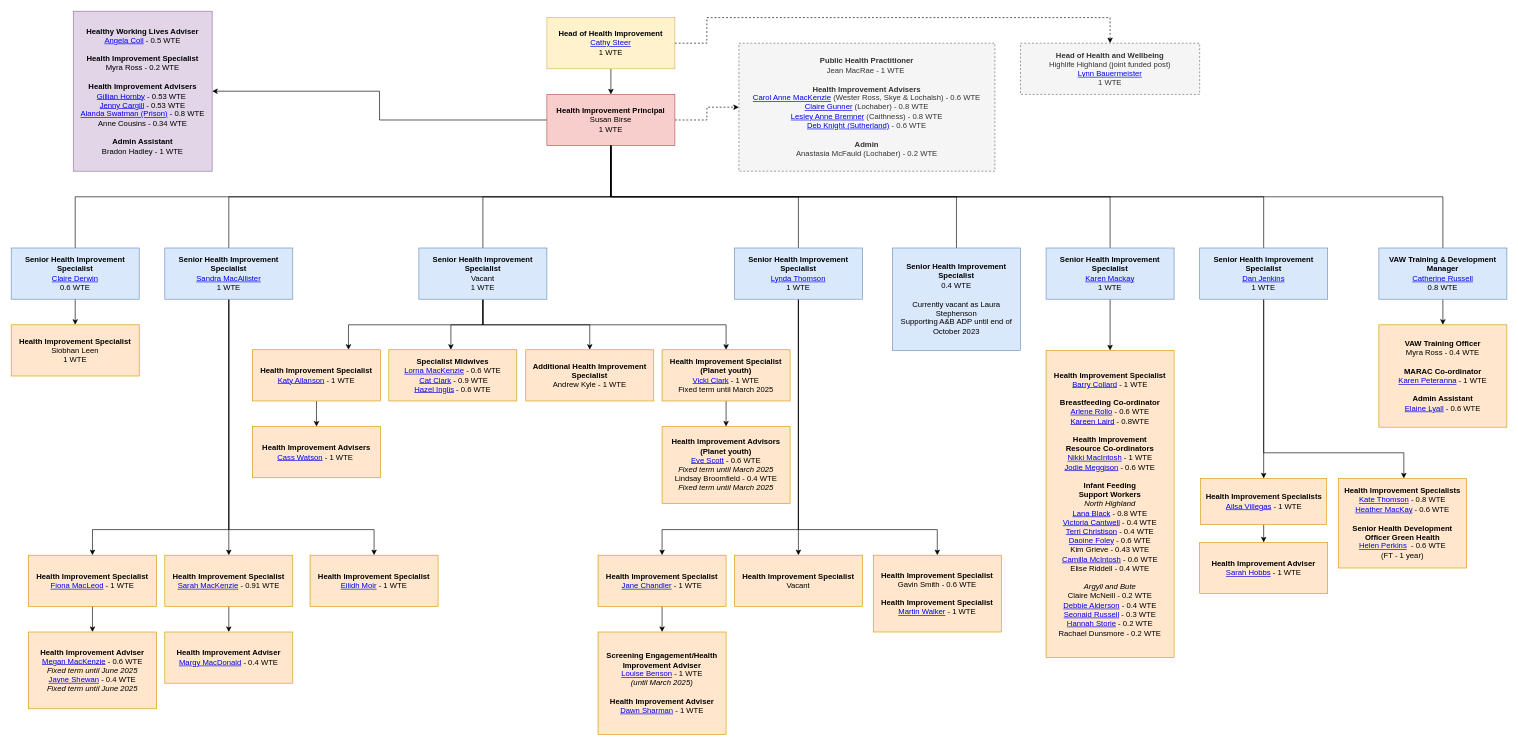
Before: Untitled Diagram.drawio in barrycollard/staffOrgChart, a draw.io diagram. Source tidied: cells renumbered, new cells numbered last; positions are measured from the earlier drawing's top-left corner, leaving out a move shared by most shapes. Both pictures are drawn from the tidied source at 64%, with x=0, y=0 at pixel (11, 11).
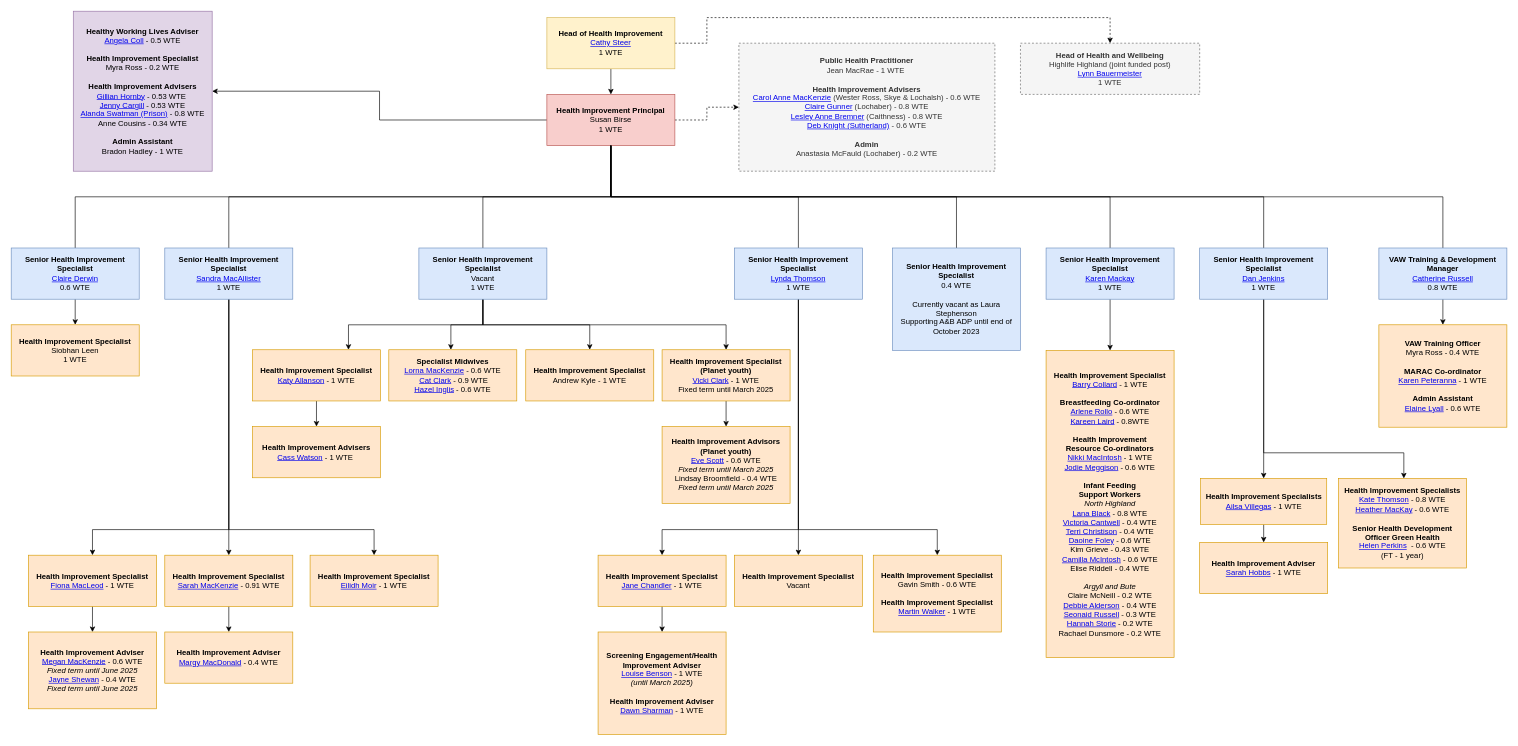
Above is the later version.

The edit, as a diff of the source:
```diff
@@
-    <mxCell id="68" value="&lt;div&gt;&lt;span style=&quot;background-color: initial;&quot;&gt;&lt;b&gt;Additional Health Improvement Specialist&lt;/b&gt;&lt;/span&gt;&lt;/div&gt;&lt;div&gt;Andrew Kyle&lt;span style=&quot;background-color: initial;&quot;&gt; - 1 WTE&lt;/span&gt;&lt;/div&gt;" style="rounded=0;whiteSpace=wrap;html=1;fillColor=#ffe6cc;strokeColor=#d79b00;" parent="1" vertex="1">
+    <mxCell id="68" value="&lt;div&gt;&lt;span style=&quot;background-color: initial;&quot;&gt;&lt;b&gt;Health Improvement Specialist&lt;/b&gt;&lt;/span&gt;&lt;/div&gt;&lt;div&gt;Andrew Kyle&lt;span style=&quot;background-color: initial;&quot;&gt; - 1 WTE&lt;/span&gt;&lt;/div&gt;" style="rounded=0;whiteSpace=wrap;html=1;fillColor=#ffe6cc;strokeColor=#d79b00;" parent="1" vertex="1">
       <mxGeometry x="804" y="529" width="200" height="80" as="geometry" />
     </mxCell>
```
